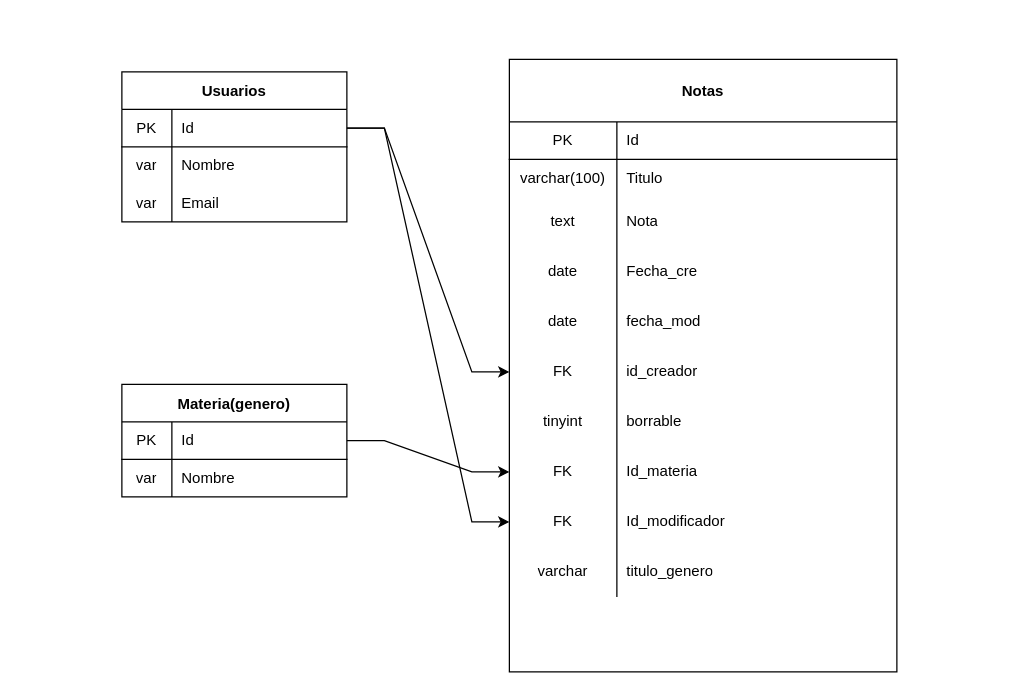
Earlier version of the draw.io diagram diagrama.drawio (MarcossYoung/mySQL). Source tidied: cells renumbered, new cells numbered last; positions are measured from the earlier drawing's top-left corner, leaving out a move shared by most shapes. Both pictures are drawn from the tidied source at 125%, with x=0, y=0 at pixel (121, 59).
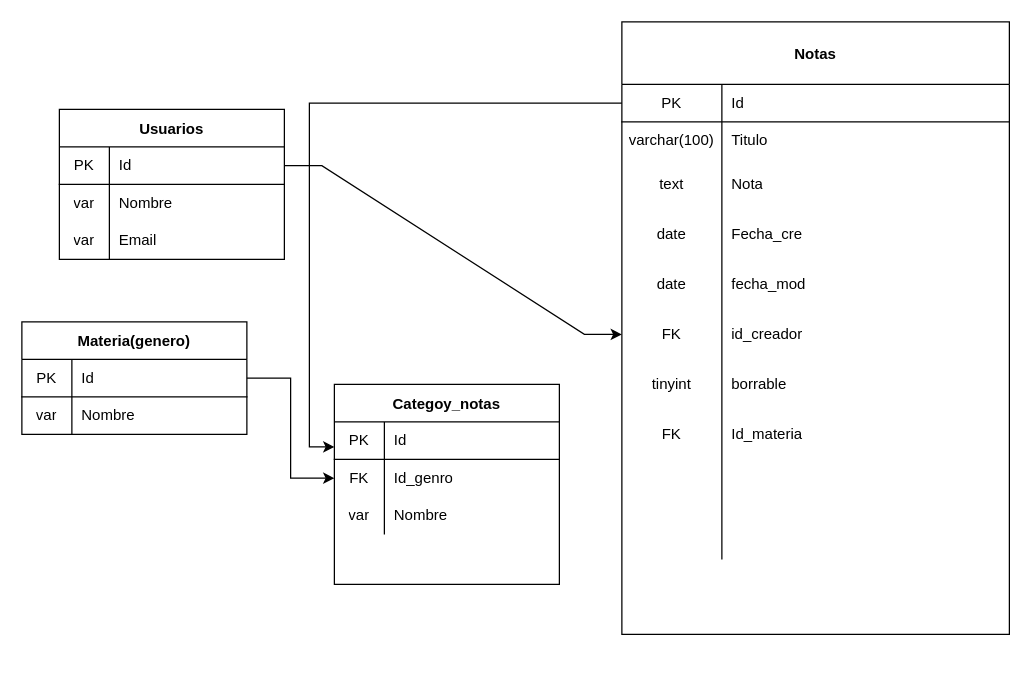
Above is the later version.

Unchanged cells that the change refers to:
```xml
<mxCell id="3" style="shape=partialRectangle;html=1;whiteSpace=wrap;fillColor=none;top=0;left=0;bottom=1;right=0;points=[[0,0.5],[1,0.5]];portConstraint=eastwest;" parent="2" vertex="1">
  <mxGeometry y="30" width="180" height="30" as="geometry" />
</mxCell>
<mxCell id="13" style="shape=partialRectangle;html=1;whiteSpace=wrap;fillColor=none;top=0;left=0;bottom=1;right=0;points=[[0,0.5],[1,0.5]];portConstraint=eastwest;" parent="12" vertex="1">
  <mxGeometry y="50" width="310" height="30" as="geometry" />
</mxCell>
<mxCell id="16" style="shape=partialRectangle;html=1;whiteSpace=wrap;fillColor=none;top=0;left=0;bottom=0;right=0;" parent="12" vertex="1">
  <mxGeometry y="80" width="310" height="30" as="geometry" />
</mxCell>
<mxCell id="19" style="shape=partialRectangle;html=1;whiteSpace=wrap;fillColor=none;top=0;left=0;bottom=0;right=0;" parent="12" vertex="1">
  <mxGeometry y="110" width="310" height="40" as="geometry" />
</mxCell>
<mxCell id="22" style="shape=partialRectangle;html=1;whiteSpace=wrap;fillColor=none;top=0;left=0;bottom=0;right=0;" parent="12" vertex="1">
  <mxGeometry y="150" width="310" height="40" as="geometry" />
</mxCell>
<mxCell id="25" style="shape=partialRectangle;html=1;whiteSpace=wrap;fillColor=none;top=0;left=0;bottom=0;right=0;" parent="12" vertex="1">
  <mxGeometry y="190" width="310" height="40" as="geometry" />
</mxCell>
<mxCell id="28" style="shape=partialRectangle;html=1;whiteSpace=wrap;fillColor=none;top=0;left=0;bottom=0;right=0;points=[[0,0.5],[1,0.5]];portConstraint=eastwest;" parent="12" vertex="1">
  <mxGeometry y="230" width="310" height="40" as="geometry" />
</mxCell>
<mxCell id="31" style="shape=partialRectangle;html=1;whiteSpace=wrap;fillColor=none;top=0;left=0;bottom=0;right=0;" parent="12" vertex="1">
  <mxGeometry y="270" width="310" height="40" as="geometry" />
</mxCell>
<mxCell id="34" style="shape=partialRectangle;html=1;whiteSpace=wrap;fillColor=none;top=0;left=0;bottom=0;right=0;points=[[0,0.5],[1,0.5]];portConstraint=eastwest;" parent="12" vertex="1">
  <mxGeometry y="310" width="310" height="40" as="geometry" />
</mxCell>
<mxCell id="44" style="shape=partialRectangle;html=1;whiteSpace=wrap;fillColor=none;top=0;left=0;bottom=1;right=0;points=[[0,0.5],[1,0.5]];portConstraint=eastwest;" parent="43" vertex="1">
  <mxGeometry y="30" width="180" height="30" as="geometry" />
</mxCell>
```

The edit, as a diff of the source:
```diff
@@
     <mxCell id="2" value="Usuarios" style="shape=table;startSize=30;childLayout=tableLayout;rowLines=0;fontStyle=1;align=center;" parent="1" vertex="1">
-      <mxGeometry y="10" width="180" height="120" as="geometry" />
+      <mxGeometry x="-50" y="40" width="180" height="120" as="geometry" />
     </mxCell>
@@
     <mxCell id="12" value="Notas" style="shape=table;startSize=50;childLayout=tableLayout;rowLines=0;fontStyle=1;align=center;" parent="1" vertex="1">
-      <mxGeometry x="310" width="310" height="490" as="geometry" />
+      <mxGeometry x="400" y="-30" width="310" height="490" as="geometry" />
     </mxCell>
@@
     <mxCell id="14" value="PK" style="shape=partialRectangle;html=1;whiteSpace=wrap;fillColor=none;top=0;left=0;bottom=0;right=0;overflow=hidden;" parent="13" vertex="1">
-      <mxGeometry width="86" height="30" as="geometry" />
+      <mxGeometry width="80" height="30" as="geometry" />
     </mxCell>
     <mxCell id="15" value="Id" style="shape=partialRectangle;html=1;whiteSpace=wrap;fillColor=none;top=0;left=0;bottom=0;right=0;align=left;spacingLeft=6;overflow=hidden;" parent="13" vertex="1">
-      <mxGeometry x="86" width="224" height="30" as="geometry" />
+      <mxGeometry x="80" width="230" height="30" as="geometry" />
     </mxCell>
@@
     <mxCell id="17" value="varchar(100)" style="shape=partialRectangle;html=1;whiteSpace=wrap;fillColor=none;top=0;left=0;bottom=0;right=0;overflow=hidden;" parent="16" vertex="1">
-      <mxGeometry width="86" height="30" as="geometry" />
+      <mxGeometry width="80" height="30" as="geometry" />
     </mxCell>
     <mxCell id="18" value="Titulo" style="shape=partialRectangle;html=1;whiteSpace=wrap;fillColor=none;top=0;left=0;bottom=0;right=0;align=left;spacingLeft=6;overflow=hidden;" parent="16" vertex="1">
-      <mxGeometry x="86" width="224" height="30" as="geometry" />
+      <mxGeometry x="80" width="230" height="30" as="geometry" />
     </mxCell>
@@
     <mxCell id="20" value="text" style="shape=partialRectangle;html=1;whiteSpace=wrap;fillColor=none;top=0;left=0;bottom=0;right=0;overflow=hidden;" parent="19" vertex="1">
-      <mxGeometry width="86" height="40" as="geometry" />
+      <mxGeometry width="80" height="40" as="geometry" />
     </mxCell>
     <mxCell id="21" value="Nota" style="shape=partialRectangle;html=1;whiteSpace=wrap;fillColor=none;top=0;left=0;bottom=0;right=0;align=left;spacingLeft=6;overflow=hidden;" parent="19" vertex="1">
-      <mxGeometry x="86" width="224" height="40" as="geometry" />
+      <mxGeometry x="80" width="230" height="40" as="geometry" />
     </mxCell>
@@
     <mxCell id="23" value="date" style="shape=partialRectangle;html=1;whiteSpace=wrap;fillColor=none;top=0;left=0;bottom=0;right=0;overflow=hidden;" parent="22" vertex="1">
-      <mxGeometry width="86" height="40" as="geometry" />
+      <mxGeometry width="80" height="40" as="geometry" />
     </mxCell>
     <mxCell id="24" value="Fecha_cre" style="shape=partialRectangle;html=1;whiteSpace=wrap;fillColor=none;top=0;left=0;bottom=0;right=0;align=left;spacingLeft=6;overflow=hidden;" parent="22" vertex="1">
-      <mxGeometry x="86" width="224" height="40" as="geometry" />
+      <mxGeometry x="80" width="230" height="40" as="geometry" />
     </mxCell>
@@
     <mxCell id="26" value="date" style="shape=partialRectangle;html=1;whiteSpace=wrap;fillColor=none;top=0;left=0;bottom=0;right=0;overflow=hidden;" parent="25" vertex="1">
-      <mxGeometry width="86" height="40" as="geometry" />
+      <mxGeometry width="80" height="40" as="geometry" />
     </mxCell>
     <mxCell id="27" value="fecha_mod" style="shape=partialRectangle;html=1;whiteSpace=wrap;fillColor=none;top=0;left=0;bottom=0;right=0;align=left;spacingLeft=6;overflow=hidden;" parent="25" vertex="1">
-      <mxGeometry x="86" width="224" height="40" as="geometry" />
+      <mxGeometry x="80" width="230" height="40" as="geometry" />
     </mxCell>
@@
     <mxCell id="29" value="FK" style="shape=partialRectangle;html=1;whiteSpace=wrap;fillColor=none;top=0;left=0;bottom=0;right=0;overflow=hidden;" parent="28" vertex="1">
-      <mxGeometry width="86" height="40" as="geometry" />
+      <mxGeometry width="80" height="40" as="geometry" />
     </mxCell>
     <mxCell id="30" value="id_creador" style="shape=partialRectangle;html=1;whiteSpace=wrap;fillColor=none;top=0;left=0;bottom=0;right=0;align=left;spacingLeft=6;overflow=hidden;" parent="28" vertex="1">
-      <mxGeometry x="86" width="224" height="40" as="geometry" />
+      <mxGeometry x="80" width="230" height="40" as="geometry" />
     </mxCell>
@@
     <mxCell id="32" value="tinyint" style="shape=partialRectangle;html=1;whiteSpace=wrap;fillColor=none;top=0;left=0;bottom=0;right=0;overflow=hidden;" parent="31" vertex="1">
-      <mxGeometry width="86" height="40" as="geometry" />
+      <mxGeometry width="80" height="40" as="geometry" />
     </mxCell>
     <mxCell id="33" value="borrable" style="shape=partialRectangle;html=1;whiteSpace=wrap;fillColor=none;top=0;left=0;bottom=0;right=0;align=left;spacingLeft=6;overflow=hidden;" parent="31" vertex="1">
-      <mxGeometry x="86" width="224" height="40" as="geometry" />
+      <mxGeometry x="80" width="230" height="40" as="geometry" />
     </mxCell>
@@
     <mxCell id="35" value="FK" style="shape=partialRectangle;html=1;whiteSpace=wrap;fillColor=none;top=0;left=0;bottom=0;right=0;overflow=hidden;" parent="34" vertex="1">
-      <mxGeometry width="86" height="40" as="geometry" />
+      <mxGeometry width="80" height="40" as="geometry" />
     </mxCell>
     <mxCell id="36" value="Id_materia" style="shape=partialRectangle;html=1;whiteSpace=wrap;fillColor=none;top=0;left=0;bottom=0;right=0;align=left;spacingLeft=6;overflow=hidden;" parent="34" vertex="1">
-      <mxGeometry x="86" width="224" height="40" as="geometry" />
+      <mxGeometry x="80" width="230" height="40" as="geometry" />
     </mxCell>
+    <mxCell id="40" style="shape=partialRectangle;html=1;whiteSpace=wrap;fillColor=none;top=0;left=0;bottom=0;right=0;" parent="12" vertex="1">
+      <mxGeometry y="350" width="310" height="40" as="geometry" />
+    </mxCell>
+    <mxCell id="41" style="shape=partialRectangle;html=1;whiteSpace=wrap;fillColor=none;top=0;left=0;bottom=0;right=0;overflow=hidden;" parent="40" vertex="1">
+      <mxGeometry width="80" height="40" as="geometry" />
+    </mxCell>
+    <mxCell id="42" style="shape=partialRectangle;html=1;whiteSpace=wrap;fillColor=none;top=0;left=0;bottom=0;right=0;align=left;spacingLeft=6;overflow=hidden;" parent="40" vertex="1">
+      <mxGeometry x="80" width="230" height="40" as="geometry" />
+    </mxCell>
     <mxCell id="37" style="shape=partialRectangle;html=1;whiteSpace=wrap;fillColor=none;top=0;left=0;bottom=0;right=0;points=[[0,0.5],[1,0.5]];portConstraint=eastwest;" parent="12" vertex="1">
-      <mxGeometry y="350" width="310" height="40" as="geometry" />
+      <mxGeometry y="390" width="310" height="40" as="geometry" />
     </mxCell>
-    <mxCell id="38" value="FK" style="shape=partialRectangle;html=1;whiteSpace=wrap;fillColor=none;top=0;left=0;bottom=0;right=0;overflow=hidden;" parent="37" vertex="1">
-      <mxGeometry width="86" height="40" as="geometry" />
+    <mxCell id="38" style="shape=partialRectangle;html=1;whiteSpace=wrap;fillColor=none;top=0;left=0;bottom=0;right=0;overflow=hidden;" parent="37" vertex="1">
+      <mxGeometry width="80" height="40" as="geometry" />
     </mxCell>
-    <mxCell id="39" value="Id_modificador" style="shape=partialRectangle;html=1;whiteSpace=wrap;fillColor=none;top=0;left=0;bottom=0;right=0;align=left;spacingLeft=6;overflow=hidden;" parent="37" vertex="1">
-      <mxGeometry x="86" width="224" height="40" as="geometry" />
+    <mxCell id="39" style="shape=partialRectangle;html=1;whiteSpace=wrap;fillColor=none;top=0;left=0;bottom=0;right=0;align=left;spacingLeft=6;overflow=hidden;" parent="37" vertex="1">
+      <mxGeometry x="80" width="230" height="40" as="geometry" />
     </mxCell>
-    <mxCell id="40" style="shape=partialRectangle;html=1;whiteSpace=wrap;fillColor=none;top=0;left=0;bottom=0;right=0;" parent="12" vertex="1">
-      <mxGeometry y="390" width="310" height="40" as="geometry" />
-    </mxCell>
-    <mxCell id="41" value="varchar" style="shape=partialRectangle;html=1;whiteSpace=wrap;fillColor=none;top=0;left=0;bottom=0;right=0;overflow=hidden;" parent="40" vertex="1">
-      <mxGeometry width="86" height="40" as="geometry" />
-    </mxCell>
-    <mxCell id="42" value="titulo_genero" style="shape=partialRectangle;html=1;whiteSpace=wrap;fillColor=none;top=0;left=0;bottom=0;right=0;align=left;spacingLeft=6;overflow=hidden;" parent="40" vertex="1">
-      <mxGeometry x="86" width="224" height="40" as="geometry" />
-    </mxCell>
     <mxCell id="43" value="Materia(genero)" style="shape=table;startSize=30;childLayout=tableLayout;rowLines=0;fontStyle=1;align=center;" parent="1" vertex="1">
-      <mxGeometry y="260" width="180" height="90" as="geometry" />
+      <mxGeometry x="-80" y="210" width="180" height="90" as="geometry" />
     </mxCell>
@@
-    <mxCell id="51" style="edgeStyle=entityRelationEdgeStyle;rounded=0;jettySize=auto;html=1;exitX=1;exitY=0.5;exitDx=0;exitDy=0;entryX=0;entryY=0.5;entryDx=0;entryDy=0;" parent="1" edge="1" source="3" target="37">
-      <mxGeometry relative="1" as="geometry" />
-    </mxCell>
-    <mxCell id="52" style="edgeStyle=entityRelationEdgeStyle;rounded=0;jettySize=auto;html=1;exitX=1;exitY=0.5;exitDx=0;exitDy=0;entryX=0;entryY=0.5;entryDx=0;entryDy=0;" parent="1" edge="1" source="44" target="34">
-      <mxGeometry relative="1" as="geometry" />
-    </mxCell>
+    <mxCell id="53" value="Categoy_notas" style="shape=table;startSize=30;childLayout=tableLayout;rowLines=0;fontStyle=1;align=center;" parent="1" vertex="1">
+      <mxGeometry x="170" y="260" width="180" height="160" as="geometry" />
+    </mxCell>
+    <mxCell id="54" style="shape=partialRectangle;html=1;whiteSpace=wrap;fillColor=none;top=0;left=0;bottom=1;right=0;" parent="53" vertex="1">
+      <mxGeometry y="30" width="180" height="30" as="geometry" />
+    </mxCell>
+    <mxCell id="55" value="PK" style="shape=partialRectangle;html=1;whiteSpace=wrap;fillColor=none;top=0;left=0;bottom=0;right=0;overflow=hidden;" parent="54" vertex="1">
+      <mxGeometry width="40" height="30" as="geometry" />
+    </mxCell>
+    <mxCell id="56" value="Id" style="shape=partialRectangle;html=1;whiteSpace=wrap;fillColor=none;top=0;left=0;bottom=0;right=0;align=left;spacingLeft=6;overflow=hidden;" parent="54" vertex="1">
+      <mxGeometry x="40" width="140" height="30" as="geometry" />
+    </mxCell>
+    <mxCell id="57" style="shape=partialRectangle;html=1;whiteSpace=wrap;fillColor=none;top=0;left=0;bottom=0;right=0;points=[[0,0.5],[1,0.5]];portConstraint=eastwest;" parent="53" vertex="1">
+      <mxGeometry y="60" width="180" height="30" as="geometry" />
+    </mxCell>
+    <mxCell id="58" value="FK" style="shape=partialRectangle;html=1;whiteSpace=wrap;fillColor=none;top=0;left=0;bottom=0;right=0;overflow=hidden;" parent="57" vertex="1">
+      <mxGeometry width="40" height="30" as="geometry" />
+    </mxCell>
+    <mxCell id="59" value="Id_genro" style="shape=partialRectangle;html=1;whiteSpace=wrap;fillColor=none;top=0;left=0;bottom=0;right=0;align=left;spacingLeft=6;overflow=hidden;" parent="57" vertex="1">
+      <mxGeometry x="40" width="140" height="30" as="geometry" />
+    </mxCell>
+    <mxCell id="60" style="shape=partialRectangle;html=1;whiteSpace=wrap;fillColor=none;top=0;left=0;bottom=0;right=0;" parent="53" vertex="1">
+      <mxGeometry y="90" width="180" height="30" as="geometry" />
+    </mxCell>
+    <mxCell id="61" value="var" style="shape=partialRectangle;html=1;whiteSpace=wrap;fillColor=none;top=0;left=0;bottom=0;right=0;overflow=hidden;" parent="60" vertex="1">
+      <mxGeometry width="40" height="30" as="geometry" />
+    </mxCell>
+    <mxCell id="62" value="Nombre" style="shape=partialRectangle;html=1;whiteSpace=wrap;fillColor=none;top=0;left=0;bottom=0;right=0;align=left;spacingLeft=6;overflow=hidden;" parent="60" vertex="1">
+      <mxGeometry x="40" width="140" height="30" as="geometry" />
+    </mxCell>
+    <mxCell id="63" style="edgeStyle=orthogonalEdgeStyle;rounded=0;jettySize=auto;html=1;exitX=1;exitY=0.5;exitDx=0;exitDy=0;entryX=0;entryY=0.5;entryDx=0;entryDy=0;" parent="1" edge="1" source="44" target="57">
+      <mxGeometry relative="1" as="geometry" />
+    </mxCell>
+    <mxCell id="64" style="edgeStyle=orthogonalEdgeStyle;rounded=0;jettySize=auto;html=1;exitX=0;exitY=0.5;exitDx=0;exitDy=0;" parent="1" edge="1" source="13">
+      <mxGeometry relative="1" as="geometry">
+        <mxPoint x="170" y="310" as="targetPoint" />
+        <Array as="points">
+          <mxPoint x="150" y="35" />
+          <mxPoint x="150" y="310" />
+          <mxPoint x="170" y="310" />
+        </Array>
+      </mxGeometry>
+    </mxCell>
```
